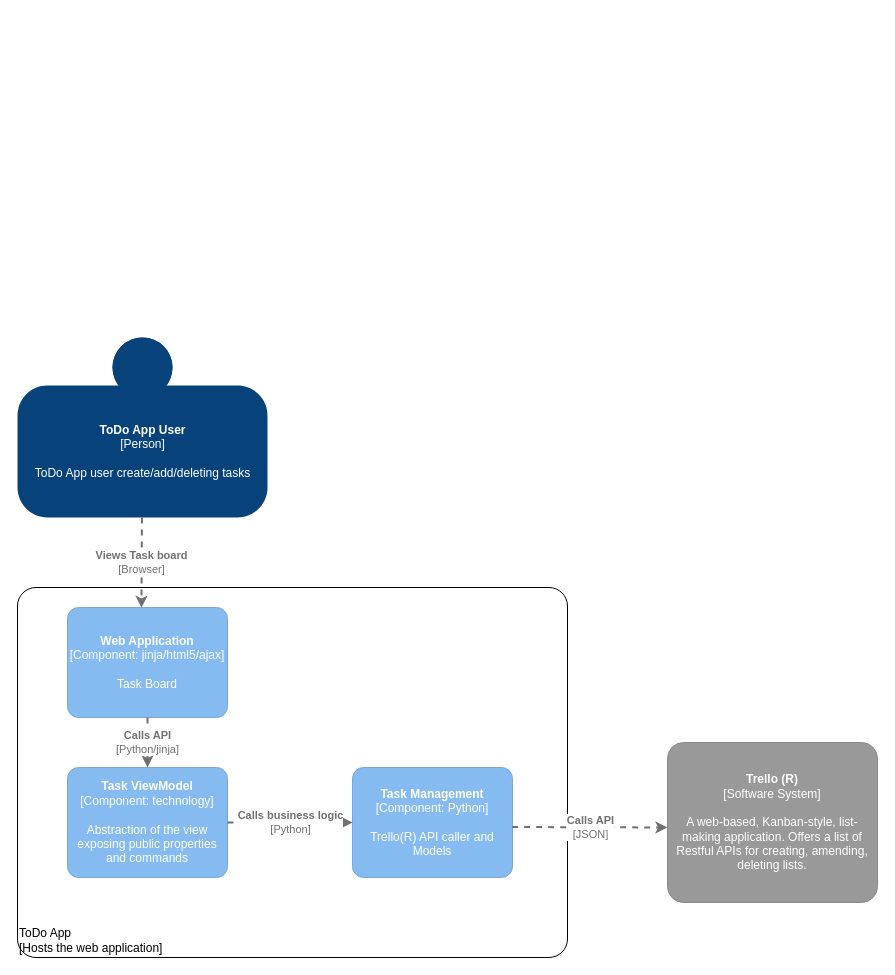
gmoraita/DevOps-Course-Starter keeps this draw.io diagram as page "Component" (3 of 4) of C4-Architecture-diagram.drawio. Above is the earlier version. Source tidied: cells renumbered, new cells numbered last; positions are measured from the earlier drawing's top-left corner, leaving out a move shared by most shapes. Both pictures are drawn from the tidied source at 100%, with x=0, y=0 at pixel (17, 337).
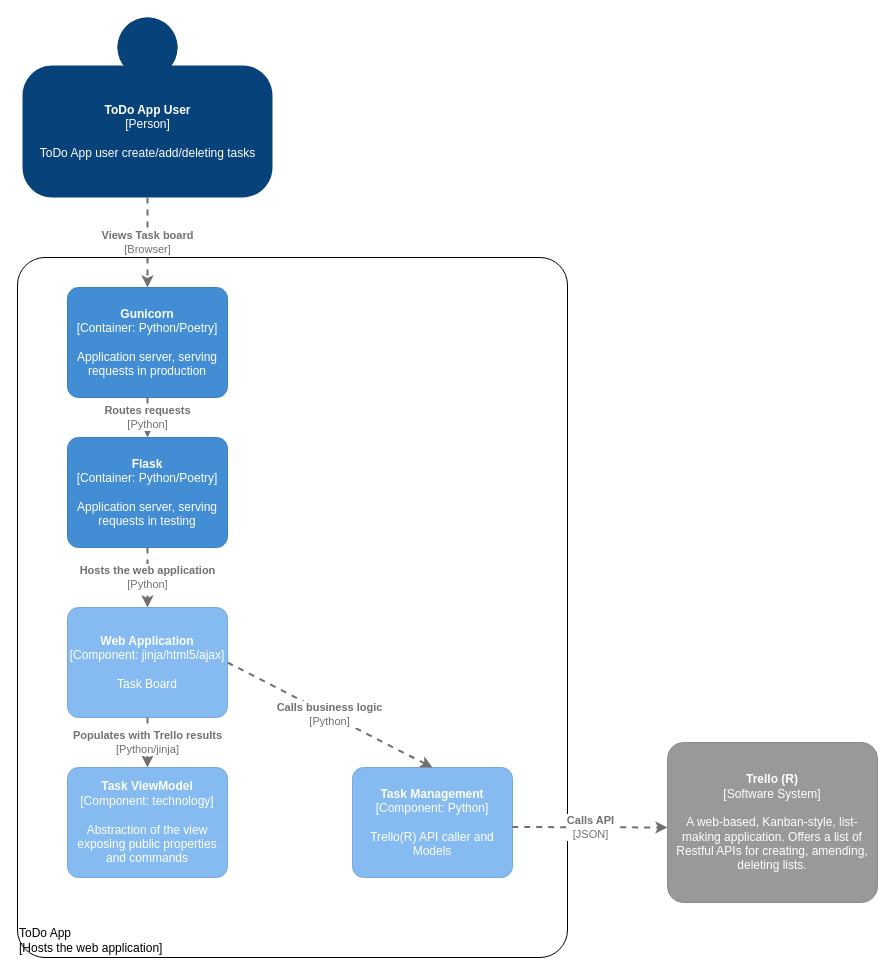
Above is the later version.

The change refers to these unchanged cells:
```xml
<object id="5" label="&lt;b&gt;%c4Name%&lt;/b&gt;&lt;div&gt;[%c4Type%: %c4Technology%]&lt;/div&gt;&lt;br&gt;&lt;div&gt;%c4Description%&lt;/div&gt;" c4Description="Abstraction of the view exposing public properties and commands" c4Name="Task ViewModel" c4Technology="technology" c4Type="Component" placeholders="1">
  <mxCell style="rounded=1;whiteSpace=wrap;html=1;labelBackgroundColor=none;fillColor=#85BBF0;fontColor=#ffffff;align=center;arcSize=10;strokeColor=#78A8D8;metaData={&quot;c4Type&quot;:{&quot;editable&quot;:false}};points=[[0.25,0,0],[0.5,0,0],[0.75,0,0],[1,0.25,0],[1,0.5,0],[1,0.75,0],[0.75,1,0],[0.5,1,0],[0.25,1,0],[0,0.75,0],[0,0.5,0],[0,0.25,0]];" parent="1" vertex="1">
    <mxGeometry x="50" y="430" width="160" height="110" as="geometry" />
  </mxCell>
</object>
<object id="6" label="&lt;b&gt;%c4Name%&lt;/b&gt;&lt;div&gt;[%c4Type%: %c4Technology%]&lt;/div&gt;&lt;br&gt;&lt;div&gt;%c4Description%&lt;/div&gt;" c4Description="Trello(R) API caller and Models" c4Name="Task Management" c4Technology="Python" c4Type="Component" placeholders="1">
  <mxCell style="rounded=1;whiteSpace=wrap;html=1;labelBackgroundColor=none;fillColor=#85BBF0;fontColor=#ffffff;align=center;arcSize=10;strokeColor=#78A8D8;metaData={&quot;c4Type&quot;:{&quot;editable&quot;:false}};points=[[0.25,0,0],[0.5,0,0],[0.75,0,0],[1,0.25,0],[1,0.5,0],[1,0.75,0],[0.75,1,0],[0.5,1,0],[0.25,1,0],[0,0.75,0],[0,0.5,0],[0,0.25,0]];" parent="1" vertex="1">
    <mxGeometry x="335" y="430" width="160" height="110" as="geometry" />
  </mxCell>
</object>
<object id="9" label="&lt;b&gt;%c4Name%&lt;/b&gt;&lt;div&gt;[%c4Type%: %c4Technology%]&lt;/div&gt;&lt;br&gt;&lt;div&gt;%c4Description%&lt;/div&gt;" c4Description="Task Board" c4Name="Web Application" c4Technology="jinja/html5/ajax" c4Type="Component" placeholders="1">
  <mxCell style="rounded=1;whiteSpace=wrap;html=1;labelBackgroundColor=none;fillColor=#85BBF0;fontColor=#ffffff;align=center;arcSize=10;strokeColor=#78A8D8;metaData={&quot;c4Type&quot;:{&quot;editable&quot;:false}};points=[[0.25,0,0],[0.5,0,0],[0.75,0,0],[1,0.25,0],[1,0.5,0],[1,0.75,0],[0.75,1,0],[0.5,1,0],[0.25,1,0],[0,0.75,0],[0,0.5,0],[0,0.25,0]];" parent="1" vertex="1">
    <mxGeometry x="50" y="270" width="160" height="110" as="geometry" />
  </mxCell>
</object>
```

Diff of the diagram source:
```diff
@@
     <object id="2" label="&lt;b&gt;%c4Name%&lt;/b&gt;&lt;div&gt;[%c4Type%]&lt;/div&gt;&lt;br&gt;&lt;div&gt;%c4Description%&lt;/div&gt;" c4Description="ToDo App user create/add/deleting tasks" c4Name="ToDo App User" c4Type="Person" placeholders="1">
       <mxCell style="html=1;dashed=0;whitespace=wrap;fillColor=#08427b;strokeColor=none;fontColor=#ffffff;shape=mxgraph.c4.person;align=center;points=[[0.5,0,0],[1,0.5,0],[1,0.75,0],[0.75,1,0],[0.5,1,0],[0.25,1,0],[0,0.75,0],[0,0.5,0]];metaData={&quot;c4Type&quot;:{&quot;editable&quot;:false}};" parent="1" vertex="1">
-        <mxGeometry width="250" height="180" as="geometry" />
+        <mxGeometry x="5" y="-320" width="250" height="180" as="geometry" />
       </mxCell>
     </object>
@@
     <object id="4" label="&lt;div style=&quot;text-align: left&quot;&gt;%c4Name%&lt;/div&gt;&lt;div style=&quot;text-align: left&quot;&gt;[%c4Application%]&lt;/div&gt;" c4Application="Hosts the web application" c4Name="ToDo App" placeholders="1">
       <mxCell style="rounded=1;whiteSpace=wrap;html=1;labelBackgroundColor=none;fillColor=#ffffff;fontColor=#000000;align=left;arcSize=5;strokeColor=#000000;verticalAlign=bottom;metaData={&quot;c4Type&quot;:{&quot;editable&quot;:false}};" parent="1" vertex="1">
-        <mxGeometry y="250" width="550" height="370" as="geometry" />
+        <mxGeometry y="-80" width="550" height="700" as="geometry" />
       </mxCell>
     </object>
@@
     <object id="8" label="&lt;div style=&quot;text-align: left&quot;&gt;&lt;div style=&quot;text-align: center&quot;&gt;&lt;b&gt;%c4Description%&lt;/b&gt;&lt;/div&gt;&lt;div style=&quot;text-align: center&quot;&gt;[%c4Technology%]&lt;/div&gt;&lt;/div&gt;" c4Description="Calls business logic" c4Technology="Python" placeholders="1">
-      <mxCell style="edgeStyle=none;rounded=0;html=1;jettySize=auto;strokeColor=#707070;strokeWidth=2;fontColor=#707070;jumpStyle=none;dashed=1;metaData={&quot;c4Type&quot;:{&quot;editable&quot;:false}};startArrow=none;startFill=0;entryX=0;entryY=0.5;entryDx=0;entryDy=0;entryPerimeter=0;" parent="1" edge="1" source="5" target="6">
+      <mxCell style="edgeStyle=none;rounded=0;html=1;jettySize=auto;strokeColor=#707070;strokeWidth=2;fontColor=#707070;jumpStyle=none;dashed=1;metaData={&quot;c4Type&quot;:{&quot;editable&quot;:false}};startArrow=none;startFill=0;entryX=0.5;entryY=0;entryDx=0;entryDy=0;entryPerimeter=0;exitX=1;exitY=0.5;exitDx=0;exitDy=0;exitPerimeter=0;" parent="1" edge="1" source="9" target="6">
         <mxGeometry relative="1" as="geometry" />
       </mxCell>
     </object>
@@
-    <object id="10" label="&lt;div style=&quot;text-align: left&quot;&gt;&lt;div style=&quot;text-align: center&quot;&gt;&lt;b&gt;%c4Description%&lt;/b&gt;&lt;/div&gt;&lt;div style=&quot;text-align: center&quot;&gt;[%c4Technology%]&lt;/div&gt;&lt;/div&gt;" c4Description="Calls API" c4Technology="Python/jinja" placeholders="1">
+    <object id="10" label="&lt;div style=&quot;text-align: left&quot;&gt;&lt;div style=&quot;text-align: center&quot;&gt;&lt;b&gt;%c4Description%&lt;/b&gt;&lt;/div&gt;&lt;div style=&quot;text-align: center&quot;&gt;[%c4Technology%]&lt;/div&gt;&lt;/div&gt;" c4Description="Populates with Trello results" c4Technology="Python/jinja" placeholders="1">
       <mxCell style="edgeStyle=none;rounded=0;html=1;entryX=0.5;entryY=0;jettySize=auto;strokeColor=#707070;strokeWidth=2;fontColor=#707070;jumpStyle=none;dashed=1;metaData={&quot;c4Type&quot;:{&quot;editable&quot;:false}};startArrow=none;startFill=0;exitX=0.5;exitY=1;exitDx=0;exitDy=0;exitPerimeter=0;entryDx=0;entryDy=0;entryPerimeter=0;" parent="1" edge="1" source="9" target="5">
         <mxGeometry relative="1" as="geometry" />
       </mxCell>
     </object>
     <object id="11" label="&lt;div style=&quot;text-align: left&quot;&gt;&lt;div style=&quot;text-align: center&quot;&gt;&lt;b&gt;%c4Description%&lt;/b&gt;&lt;/div&gt;&lt;div style=&quot;text-align: center&quot;&gt;[%c4Technology%]&lt;/div&gt;&lt;/div&gt;" c4Description="Views Task board" c4Technology="Browser" placeholders="1">
-      <mxCell style="edgeStyle=none;rounded=0;html=1;entryX=0.462;entryY=0.003;jettySize=auto;strokeColor=#707070;strokeWidth=2;fontColor=#707070;jumpStyle=none;dashed=1;metaData={&quot;c4Type&quot;:{&quot;editable&quot;:false}};startArrow=none;startFill=0;entryDx=0;entryDy=0;entryPerimeter=0;" parent="1" edge="1" source="2" target="9">
+      <mxCell style="edgeStyle=none;rounded=0;html=1;jettySize=auto;strokeColor=#707070;strokeWidth=2;fontColor=#707070;jumpStyle=none;dashed=1;metaData={&quot;c4Type&quot;:{&quot;editable&quot;:false}};startArrow=none;startFill=0;" parent="1" edge="1" source="2" target="13">
         <mxGeometry relative="1" as="geometry" />
       </mxCell>
     </object>
+    <object id="12" label="&lt;b&gt;%c4Name%&lt;/b&gt;&lt;div&gt;[%c4Type%: %c4Technology%]&lt;/div&gt;&lt;br&gt;&lt;div&gt;%c4Description%&lt;/div&gt;" c4Description="Application server, serving requests in testing" c4Name="Flask" c4Technology="Python/Poetry" c4Type="Container" placeholders="1">
+      <mxCell style="rounded=1;whiteSpace=wrap;html=1;labelBackgroundColor=none;fillColor=#438DD5;fontColor=#ffffff;align=center;arcSize=10;strokeColor=#3C7FC0;metaData={&quot;c4Type&quot;:{&quot;editable&quot;:false}};points=[[0.25,0,0],[0.5,0,0],[0.75,0,0],[1,0.25,0],[1,0.5,0],[1,0.75,0],[0.75,1,0],[0.5,1,0],[0.25,1,0],[0,0.75,0],[0,0.5,0],[0,0.25,0]];" parent="1" vertex="1">
+        <mxGeometry x="50" y="100" width="160" height="110" as="geometry" />
+      </mxCell>
+    </object>
+    <object id="13" label="&lt;b&gt;%c4Name%&lt;/b&gt;&lt;div&gt;[%c4Type%: %c4Technology%]&lt;/div&gt;&lt;br&gt;&lt;div&gt;%c4Description%&lt;/div&gt;" c4Description="Application server, serving requests in production" c4Name="Gunicorn" c4Technology="Python/Poetry" c4Type="Container" placeholders="1">
+      <mxCell style="rounded=1;whiteSpace=wrap;html=1;labelBackgroundColor=none;fillColor=#438DD5;fontColor=#ffffff;align=center;arcSize=10;strokeColor=#3C7FC0;metaData={&quot;c4Type&quot;:{&quot;editable&quot;:false}};points=[[0.25,0,0],[0.5,0,0],[0.75,0,0],[1,0.25,0],[1,0.5,0],[1,0.75,0],[0.75,1,0],[0.5,1,0],[0.25,1,0],[0,0.75,0],[0,0.5,0],[0,0.25,0]];" parent="1" vertex="1">
+        <mxGeometry x="50" y="-50" width="160" height="110" as="geometry" />
+      </mxCell>
+    </object>
+    <object id="14" label="&lt;div style=&quot;text-align: left&quot;&gt;&lt;div style=&quot;text-align: center&quot;&gt;&lt;b&gt;%c4Description%&lt;/b&gt;&lt;/div&gt;&lt;div style=&quot;text-align: center&quot;&gt;[%c4Technology%]&lt;/div&gt;&lt;/div&gt;" c4Description="Hosts the web application" c4Technology="Python" placeholders="1">
+      <mxCell style="edgeStyle=none;rounded=0;html=1;entryX=0.5;entryY=0;jettySize=auto;strokeColor=#707070;strokeWidth=2;fontColor=#707070;jumpStyle=none;dashed=1;metaData={&quot;c4Type&quot;:{&quot;editable&quot;:false}};startArrow=none;startFill=0;exitX=0.5;exitY=1;exitDx=0;exitDy=0;exitPerimeter=0;entryDx=0;entryDy=0;entryPerimeter=0;" parent="1" edge="1" source="12">
+        <mxGeometry relative="1" as="geometry">
+          <mxPoint x="130" y="270" as="targetPoint" />
+        </mxGeometry>
+      </mxCell>
+    </object>
+    <object id="15" label="&lt;div style=&quot;text-align: left&quot;&gt;&lt;div style=&quot;text-align: center&quot;&gt;&lt;b&gt;%c4Description%&lt;/b&gt;&lt;/div&gt;&lt;div style=&quot;text-align: center&quot;&gt;[%c4Technology%]&lt;/div&gt;&lt;/div&gt;" c4Description="Routes requests" c4Technology="Python" placeholders="1">
+      <mxCell style="edgeStyle=none;rounded=0;html=1;entryX=0.5;entryY=0;jettySize=auto;strokeColor=#707070;strokeWidth=2;fontColor=#707070;jumpStyle=none;dashed=1;metaData={&quot;c4Type&quot;:{&quot;editable&quot;:false}};startArrow=none;startFill=0;entryDx=0;entryDy=0;entryPerimeter=0;" parent="1" edge="1" source="13" target="12">
+        <mxGeometry relative="1" as="geometry" />
+      </mxCell>
+    </object>
```
